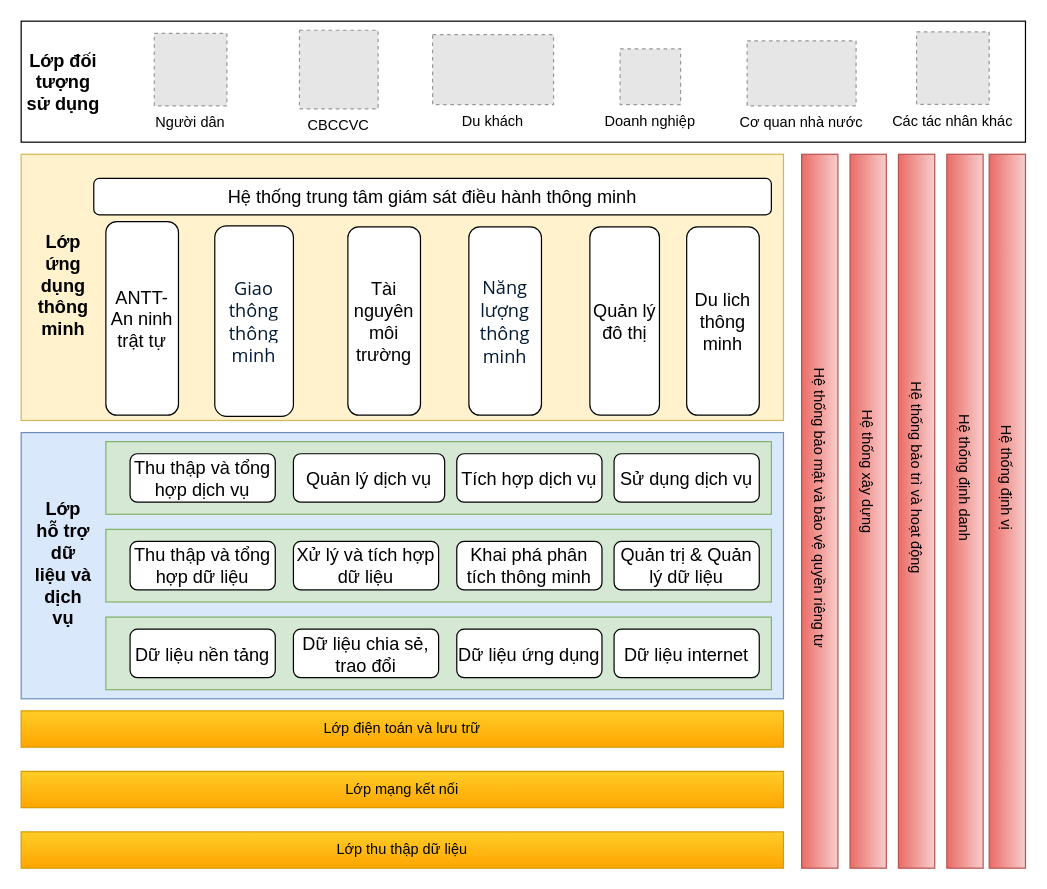
Before: page "SDTQ" (1 of 2) of so-do-draw/CAM_LAM.drawio in letheanh12345/Draw-io, a draw.io diagram. Source tidied: cells renumbered, new cells numbered last; positions are measured from the earlier drawing's top-left corner, leaving out a move shared by most shapes. Both pictures are drawn from the tidied source at 121%, with x=0, y=0 at pixel (21, 21). Pictures stored in the file or linked from it are replaced by grey dashed boxes.
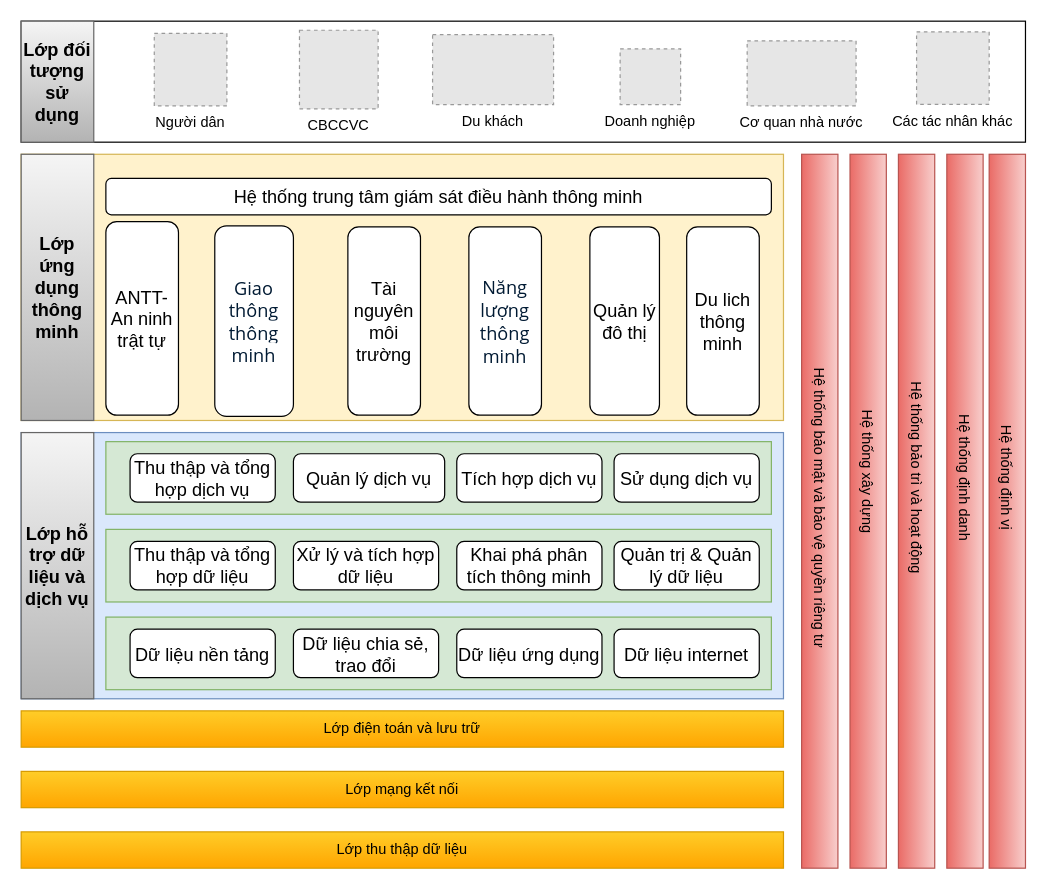
After the change.

Diff of the diagram source:
```diff
@@
-    <mxCell id="16" value="&lt;font style=&quot;font-size: 15px;&quot;&gt;Lớp hỗ trợ dữ liệu và dịch vụ&lt;/font&gt;" style="text;html=1;strokeColor=none;fillColor=none;align=center;verticalAlign=middle;whiteSpace=wrap;rounded=0;fontStyle=1;fontSize=15;" parent="1" vertex="1">
-      <mxGeometry x="10" y="342.5" width="50" height="210" as="geometry" />
+    <mxCell id="16" value="&lt;font style=&quot;font-size: 15px;&quot;&gt;Lớp hỗ trợ dữ liệu và dịch vụ&lt;/font&gt;" style="text;html=1;strokeColor=#666666;fillColor=#f5f5f5;align=center;verticalAlign=middle;whiteSpace=wrap;rounded=0;fontStyle=1;fontSize=15;gradientColor=#b3b3b3;" parent="1" vertex="1">
+      <mxGeometry y="340" width="60" height="220" as="geometry" />
     </mxCell>
@@
-    <mxCell id="25" value="&lt;font style=&quot;font-size: 15px;&quot;&gt;Lớp ứng dụng thông minh&lt;/font&gt;" style="text;html=1;strokeColor=none;fillColor=none;align=center;verticalAlign=middle;whiteSpace=wrap;rounded=0;fontStyle=1;fontSize=15;" parent="1" vertex="1">
-      <mxGeometry x="10" y="112.5" width="50" height="210" as="geometry" />
+    <mxCell id="25" value="&lt;font style=&quot;font-size: 15px;&quot;&gt;Lớp ứng dụng thông minh&lt;/font&gt;" style="text;html=1;strokeColor=#666666;fillColor=#f5f5f5;align=center;verticalAlign=middle;whiteSpace=wrap;rounded=0;fontStyle=1;fontSize=15;gradientColor=#b3b3b3;" parent="1" vertex="1">
+      <mxGeometry y="110" width="60" height="220" as="geometry" />
     </mxCell>
@@
     <mxCell id="40" value="Hệ thống trung tâm giám sát điều hành thông minh" style="rounded=1;whiteSpace=wrap;html=1;fontSize=15;" parent="1" vertex="1">
-      <mxGeometry x="60" y="130" width="560" height="30" as="geometry" />
+      <mxGeometry x="70" y="130" width="550" height="30" as="geometry" />
     </mxCell>
@@
-    <mxCell id="42" value="&lt;font style=&quot;font-size: 15px;&quot;&gt;Lớp đối tượng sử dụng&lt;/font&gt;" style="text;html=1;strokeColor=none;fillColor=none;align=center;verticalAlign=middle;whiteSpace=wrap;rounded=0;fontStyle=1;fontSize=15;" parent="1" vertex="1">
-      <mxGeometry width="70" height="100" as="geometry" />
+    <mxCell id="42" value="&lt;font style=&quot;font-size: 15px;&quot;&gt;Lớp đối tượng sử dụng&lt;/font&gt;" style="text;html=1;strokeColor=#666666;fillColor=#f5f5f5;align=center;verticalAlign=middle;whiteSpace=wrap;rounded=0;fontStyle=1;fontSize=15;gradientColor=#b3b3b3;" parent="1" vertex="1">
+      <mxGeometry width="60" height="100" as="geometry" />
     </mxCell>
```
